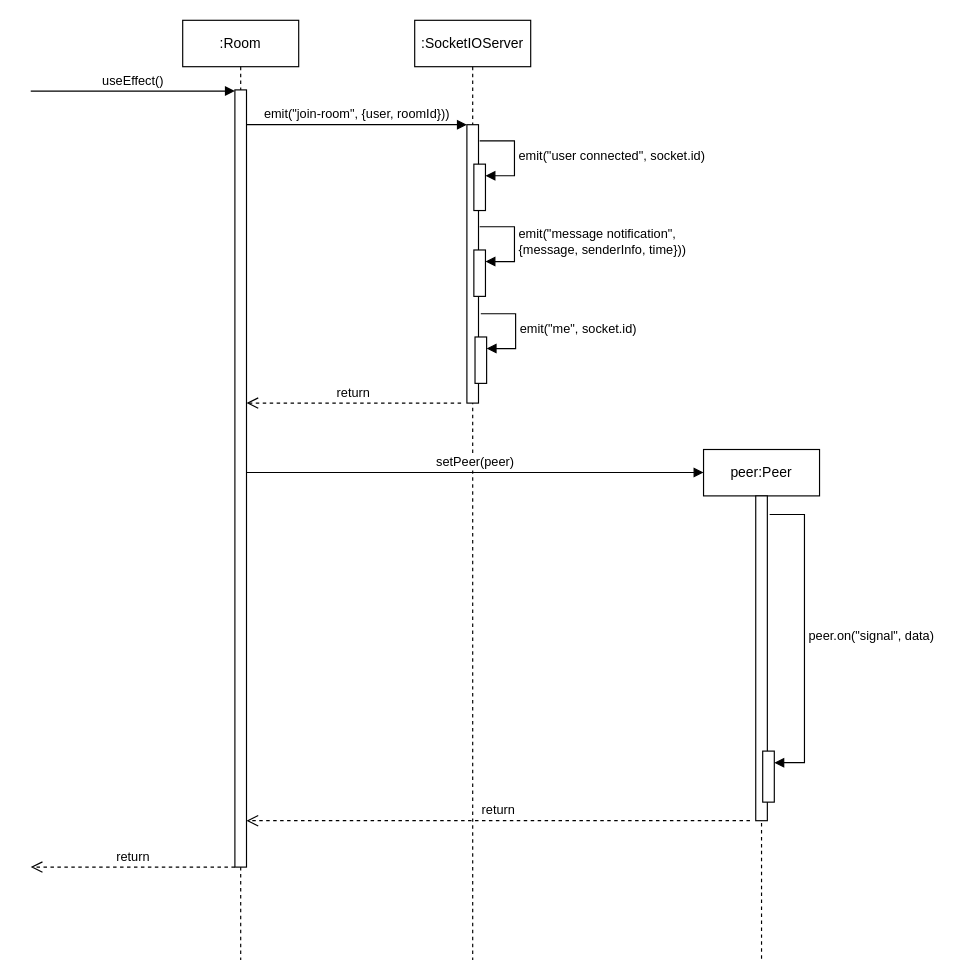
Above: CollaborationService.drawio in shaniceng/DrawIODiagrams (draw.io), before the change. Source tidied: cells renumbered, new cells numbered last; positions are measured from the earlier drawing's top-left corner, leaving out a move shared by most shapes. Both pictures are drawn from the tidied source at 116%, with x=0, y=0 at pixel (30, 20).
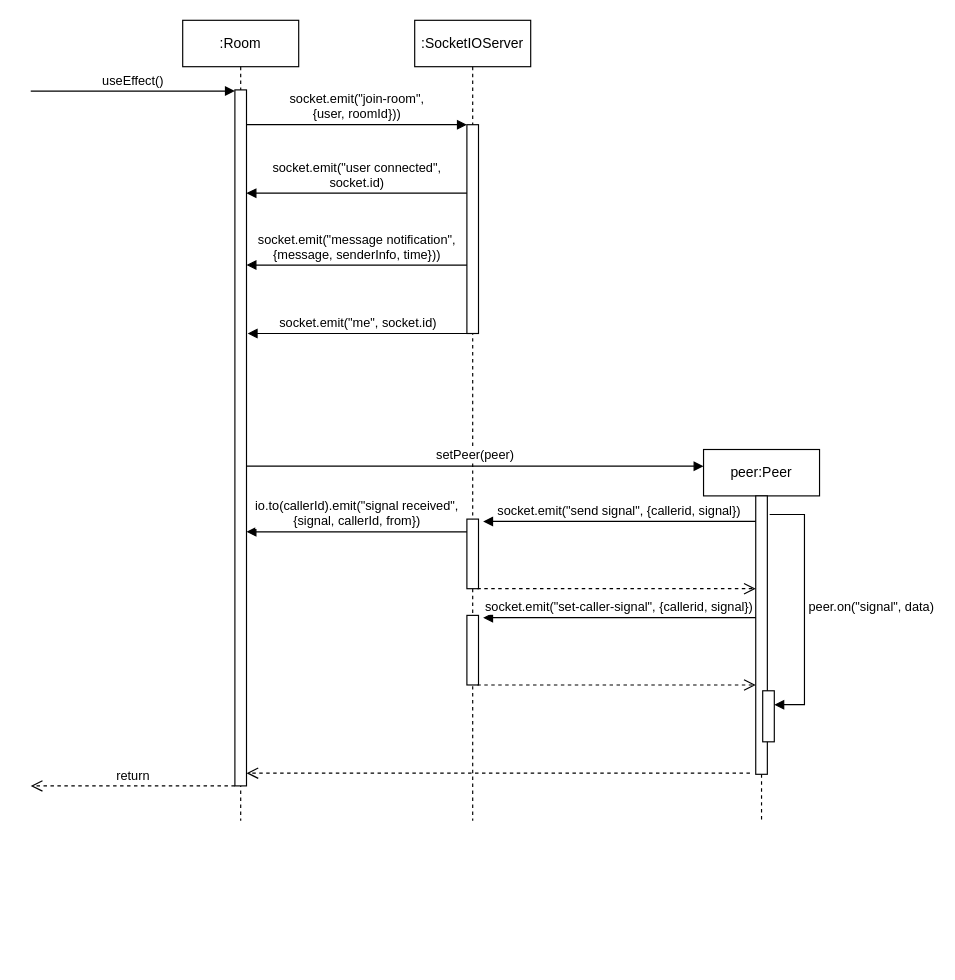
The same diagram, later.

What changed in the source:
```diff
@@
     <mxCell id="2" value=":Room" style="shape=umlLifeline;perimeter=lifelinePerimeter;whiteSpace=wrap;html=1;newEdgeStyle={&quot;curved&quot;:0,&quot;rounded&quot;:0};" parent="1" vertex="1">
-      <mxGeometry x="131" width="100" height="810" as="geometry" />
+      <mxGeometry x="131" width="100" height="690" as="geometry" />
     </mxCell>
     <mxCell id="3" style="html=1;points=[[0,0,0,0,5],[0,1,0,0,-5],[1,0,0,0,5],[1,1,0,0,-5]];perimeter=orthogonalPerimeter;outlineConnect=0;targetShapes=umlLifeline;portConstraint=eastwest;newEdgeStyle={&quot;curved&quot;:0,&quot;rounded&quot;:0};" parent="2" vertex="1">
-      <mxGeometry x="45" y="60" width="10" height="670" as="geometry" />
+      <mxGeometry x="45" y="60" width="10" height="600" as="geometry" />
     </mxCell>
@@
     <mxCell id="5" value=":SocketIOServer" style="shape=umlLifeline;perimeter=lifelinePerimeter;whiteSpace=wrap;html=1;newEdgeStyle={&quot;curved&quot;:0,&quot;rounded&quot;:0};" parent="1" vertex="1">
-      <mxGeometry x="331" width="100" height="810" as="geometry" />
+      <mxGeometry x="331" width="100" height="690" as="geometry" />
     </mxCell>
     <mxCell id="6" style="html=1;perimeter=orthogonalPerimeter;targetShapes=umlLifeline;newEdgeStyle={&quot;curved&quot;:0,&quot;rounded&quot;:0};" parent="5" vertex="1">
-      <mxGeometry x="45" y="90" width="10" height="240" as="geometry" />
+      <mxGeometry x="45" y="90" width="10" height="180" as="geometry" />
     </mxCell>
+    <mxCell id="22" style="html=1;perimeter=orthogonalPerimeter;targetShapes=umlLifeline;newEdgeStyle={&quot;curved&quot;:0,&quot;rounded&quot;:0};" parent="5" vertex="1">
+      <mxGeometry x="45" y="430" width="10" height="60" as="geometry" />
+    </mxCell>
-    <mxCell id="7" value="emit(&quot;join-room&quot;, {user, roomId}))" style="html=1;verticalAlign=bottom;endArrow=block;curved=0;rounded=0;entryX=0;entryY=0;entryDx=0;entryDy=5;entryPerimeter=0;" parent="1" edge="1">
+    <mxCell id="7" value="socket.emit(&quot;join-room&quot;, &lt;br&gt;{user, roomId}))" style="html=1;verticalAlign=bottom;endArrow=block;curved=0;rounded=0;entryX=0;entryY=0;entryDx=0;entryDy=5;entryPerimeter=0;" parent="1" edge="1">
       <mxGeometry relative="1" as="geometry">
         <mxPoint x="186" y="90" as="sourcePoint" />
         <mxPoint x="376" y="90" as="targetPoint" />
       </mxGeometry>
     </mxCell>
-    <mxCell id="8" style="html=1;points=[[0,0,0,0,5],[0,1,0,0,-5],[1,0,0,0,5],[1,1,0,0,-5]];perimeter=orthogonalPerimeter;outlineConnect=0;targetShapes=umlLifeline;portConstraint=eastwest;newEdgeStyle={&quot;curved&quot;:0,&quot;rounded&quot;:0};" parent="1" vertex="1">
-      <mxGeometry x="382" y="124" width="10" height="40" as="geometry" />
-    </mxCell>
-    <mxCell id="9" value="emit(&quot;user connected&quot;, socket.id)" style="html=1;align=left;spacingLeft=2;endArrow=block;rounded=0;edgeStyle=orthogonalEdgeStyle;curved=0;rounded=0;" parent="1" edge="1" target="8">
-      <mxGeometry relative="1" as="geometry">
-        <mxPoint x="387" y="104" as="sourcePoint" />
-        <Array as="points">
-          <mxPoint x="417" y="134" />
-        </Array>
-      </mxGeometry>
-    </mxCell>
-    <mxCell id="10" style="html=1;points=[[0,0,0,0,5],[0,1,0,0,-5],[1,0,0,0,5],[1,1,0,0,-5]];perimeter=orthogonalPerimeter;outlineConnect=0;targetShapes=umlLifeline;portConstraint=eastwest;newEdgeStyle={&quot;curved&quot;:0,&quot;rounded&quot;:0};" parent="1" vertex="1">
-      <mxGeometry x="382" y="198" width="10" height="40" as="geometry" />
-    </mxCell>
-    <mxCell id="11" value="emit(&quot;message notification&quot;, &lt;br&gt;{message, senderInfo, time}))" style="html=1;align=left;spacingLeft=2;endArrow=block;rounded=0;edgeStyle=orthogonalEdgeStyle;curved=0;rounded=0;" parent="1" edge="1" target="10">
-      <mxGeometry relative="1" as="geometry">
-        <mxPoint x="387" y="178" as="sourcePoint" />
-        <Array as="points">
-          <mxPoint x="417" y="208" />
-        </Array>
-      </mxGeometry>
-    </mxCell>
-    <mxCell id="12" style="html=1;points=[[0,0,0,0,5],[0,1,0,0,-5],[1,0,0,0,5],[1,1,0,0,-5]];perimeter=orthogonalPerimeter;outlineConnect=0;targetShapes=umlLifeline;portConstraint=eastwest;newEdgeStyle={&quot;curved&quot;:0,&quot;rounded&quot;:0};" parent="1" vertex="1">
-      <mxGeometry x="383" y="273" width="10" height="40" as="geometry" />
-    </mxCell>
-    <mxCell id="13" value="emit(&quot;me&quot;, socket.id)" style="html=1;align=left;spacingLeft=2;endArrow=block;rounded=0;edgeStyle=orthogonalEdgeStyle;curved=0;rounded=0;" parent="1" edge="1" target="12">
-      <mxGeometry relative="1" as="geometry">
-        <mxPoint x="388" y="253" as="sourcePoint" />
-        <Array as="points">
-          <mxPoint x="418" y="283" />
-        </Array>
-      </mxGeometry>
-    </mxCell>
-    <mxCell id="14" value="return" style="html=1;verticalAlign=bottom;endArrow=open;dashed=1;endSize=8;curved=0;rounded=0;" parent="1" edge="1" target="3">
-      <mxGeometry relative="1" as="geometry">
-        <mxPoint x="371" y="330" as="sourcePoint" />
-      </mxGeometry>
-    </mxCell>
     <mxCell id="15" value="peer:Peer" style="shape=umlLifeline;perimeter=lifelinePerimeter;whiteSpace=wrap;html=1;outlineConnect=0;portConstraint=eastwest;newEdgeStyle={&quot;curved&quot;:0,&quot;rounded&quot;:0};" parent="1" vertex="1">
-      <mxGeometry x="580" y="370" width="100" height="440" as="geometry" />
+      <mxGeometry x="580" y="370" width="100" height="320" as="geometry" />
     </mxCell>
     <mxCell id="16" style="html=1;points=[[0,0,0,0,5],[0,1,0,0,-5],[1,0,0,0,5],[1,1,0,0,-5]];perimeter=orthogonalPerimeter;outlineConnect=0;targetShapes=umlLifeline;portConstraint=eastwest;newEdgeStyle={&quot;curved&quot;:0,&quot;rounded&quot;:0};" parent="15" vertex="1">
-      <mxGeometry x="45" y="40" width="10" height="280" as="geometry" />
+      <mxGeometry x="45" y="40" width="10" height="240" as="geometry" />
     </mxCell>
     <mxCell id="17" style="html=1;points=[[0,0,0,0,5],[0,1,0,0,-5],[1,0,0,0,5],[1,1,0,0,-5]];perimeter=orthogonalPerimeter;outlineConnect=0;targetShapes=umlLifeline;portConstraint=eastwest;newEdgeStyle={&quot;curved&quot;:0,&quot;rounded&quot;:0};" parent="15" vertex="1">
-      <mxGeometry x="51" y="260" width="10" height="44" as="geometry" />
+      <mxGeometry x="51" y="208" width="10" height="44" as="geometry" />
     </mxCell>
     <mxCell id="18" value="peer.on(&quot;signal&quot;, data)" style="html=1;align=left;spacingLeft=2;endArrow=block;rounded=0;edgeStyle=orthogonalEdgeStyle;curved=0;rounded=0;" parent="15" edge="1" target="17">
       <mxGeometry relative="1" as="geometry">
         <mxPoint x="57" y="56" as="sourcePoint" />
         <Array as="points">
           <mxPoint x="87" y="56" />
-          <mxPoint x="87" y="270" />
+          <mxPoint x="87" y="220" />
         </Array>
       </mxGeometry>
     </mxCell>
@@
-    <mxCell id="20" value="return" style="html=1;verticalAlign=bottom;endArrow=open;dashed=1;endSize=8;curved=0;rounded=0;" parent="1" edge="1">
+    <mxCell id="20" style="html=1;verticalAlign=bottom;endArrow=open;dashed=1;endSize=8;curved=0;rounded=0;" parent="1" edge="1">
       <mxGeometry relative="1" as="geometry">
-        <mxPoint x="620" y="690" as="sourcePoint" />
-        <mxPoint x="186" y="690" as="targetPoint" />
+        <mxPoint x="620" y="649" as="sourcePoint" />
+        <mxPoint x="186" y="649" as="targetPoint" />
       </mxGeometry>
     </mxCell>
-    <mxCell id="21" value="return" style="html=1;verticalAlign=bottom;endArrow=open;dashed=1;endSize=8;curved=0;rounded=0;" parent="1" edge="1" source="3">
+    <mxCell id="21" value="return" style="html=1;verticalAlign=bottom;endArrow=open;dashed=1;endSize=8;curved=0;rounded=0;" parent="1" edge="1">
       <mxGeometry relative="1" as="geometry">
-        <mxPoint y="730" as="targetPoint" />
+        <mxPoint x="176" y="660" as="sourcePoint" />
+        <mxPoint y="660" as="targetPoint" />
       </mxGeometry>
     </mxCell>
+    <mxCell id="23" value="socket.emit(&quot;send signal&quot;, {callerid, signal})" style="html=1;verticalAlign=bottom;endArrow=block;curved=0;rounded=0;" parent="1" edge="1">
+      <mxGeometry relative="1" as="geometry">
+        <mxPoint x="625" y="432" as="sourcePoint" />
+        <mxPoint x="390" y="432" as="targetPoint" />
+      </mxGeometry>
+    </mxCell>
+    <mxCell id="24" style="html=1;verticalAlign=bottom;endArrow=open;dashed=1;endSize=8;curved=0;rounded=0;" parent="1" edge="1" target="16">
+      <mxGeometry relative="1" as="geometry">
+        <mxPoint x="385" y="490" as="sourcePoint" />
+      </mxGeometry>
+    </mxCell>
+    <mxCell id="25" style="html=1;perimeter=orthogonalPerimeter;targetShapes=umlLifeline;newEdgeStyle={&quot;curved&quot;:0,&quot;rounded&quot;:0};" parent="1" vertex="1">
+      <mxGeometry x="376" y="513" width="10" height="60" as="geometry" />
+    </mxCell>
+    <mxCell id="26" value="socket.emit(&quot;set-caller-signal&quot;, {callerid, signal})" style="html=1;verticalAlign=bottom;endArrow=block;curved=0;rounded=0;" parent="1" edge="1">
+      <mxGeometry relative="1" as="geometry">
+        <mxPoint x="625" y="515" as="sourcePoint" />
+        <mxPoint x="390" y="515" as="targetPoint" />
+      </mxGeometry>
+    </mxCell>
+    <mxCell id="27" style="html=1;verticalAlign=bottom;endArrow=open;dashed=1;endSize=8;curved=0;rounded=0;" parent="1" edge="1">
+      <mxGeometry relative="1" as="geometry">
+        <mxPoint x="385" y="573" as="sourcePoint" />
+        <mxPoint x="625" y="573" as="targetPoint" />
+      </mxGeometry>
+    </mxCell>
+    <mxCell id="28" value="io.to(callerId).emit(&quot;signal received&quot;, &lt;br&gt;{signal, callerId, from})" style="html=1;verticalAlign=bottom;endArrow=block;curved=0;rounded=0;exitX=0;exitY=0;exitDx=0;exitDy=5;exitPerimeter=0;" parent="1" edge="1">
+      <mxGeometry relative="1" as="geometry">
+        <mxPoint x="376" y="441" as="sourcePoint" />
+        <mxPoint x="186" y="441" as="targetPoint" />
+      </mxGeometry>
+    </mxCell>
+    <mxCell id="29" value="socket.emit(&quot;user connected&quot;, &lt;br&gt;socket.id)" style="html=1;verticalAlign=bottom;endArrow=block;curved=0;rounded=0;" parent="1" edge="1">
+      <mxGeometry relative="1" as="geometry">
+        <mxPoint x="376" y="149" as="sourcePoint" />
+        <mxPoint x="186" y="149" as="targetPoint" />
+      </mxGeometry>
+    </mxCell>
+    <mxCell id="30" value="socket.emit(&quot;message notification&quot;,&lt;br style=&quot;border-color: var(--border-color); text-align: left;&quot;&gt;&lt;span style=&quot;text-align: left;&quot;&gt;{message, senderInfo, time}))&lt;/span&gt;" style="html=1;verticalAlign=bottom;endArrow=block;curved=0;rounded=0;" parent="1" edge="1">
+      <mxGeometry relative="1" as="geometry">
+        <mxPoint x="376" y="211" as="sourcePoint" />
+        <mxPoint x="186" y="211" as="targetPoint" />
+      </mxGeometry>
+    </mxCell>
+    <mxCell id="31" value="socket.emit(&quot;me&quot;, socket.id)" style="html=1;verticalAlign=bottom;endArrow=block;curved=0;rounded=0;" parent="1" edge="1">
+      <mxGeometry relative="1" as="geometry">
+        <mxPoint x="377" y="270" as="sourcePoint" />
+        <mxPoint x="187" y="270" as="targetPoint" />
+      </mxGeometry>
+    </mxCell>
```
